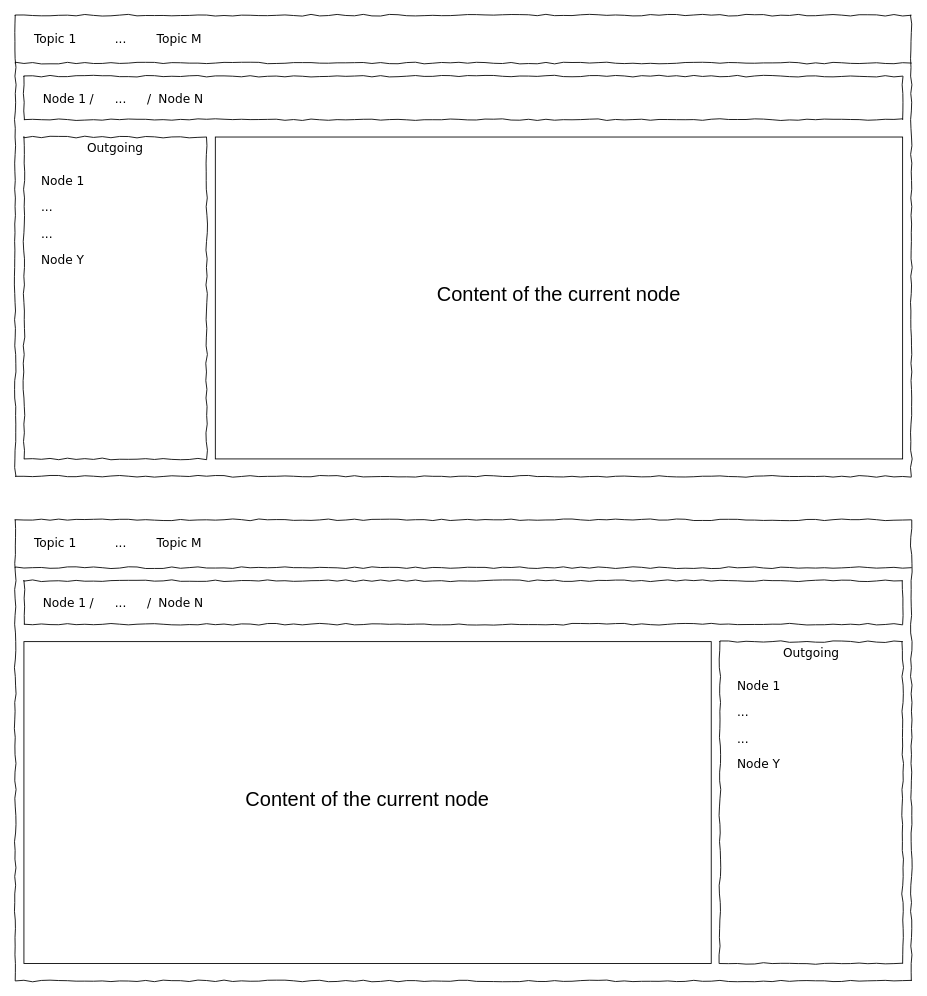
Earlier version of the draw.io diagram packages/app/dag-browser/doc/diagrams/graph-wf-full.drawio (AlexanderLapygin/dags). Source tidied: cells renumbered, new cells numbered last; positions are measured from the earlier drawing's top-left corner, leaving out a move shared by most shapes. Both pictures are drawn from the tidied source at 87%, with x=0, y=0 at pixel (15, 15).
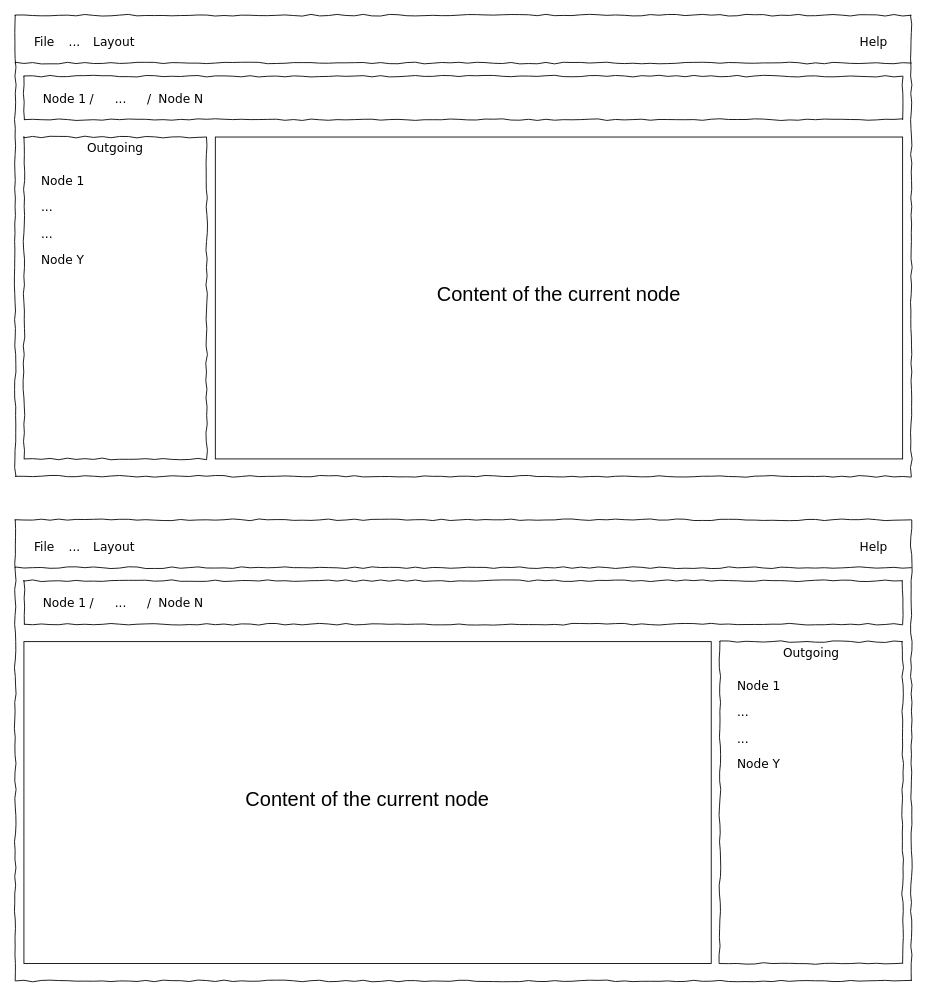
After the change.

Change to the diagram source:
```diff
@@
-    <mxCell id="3" value="Topic 1" style="text;html=1;align=left;verticalAlign=top;spacingTop=-4;fontSize=14;fontFamily=Verdana;" parent="1" vertex="1">
-      <mxGeometry x="20" y="16" width="60" height="20" as="geometry" />
-    </mxCell>
-    <mxCell id="4" value="..." style="text;html=1;align=center;verticalAlign=top;spacingTop=-4;fontSize=14;fontFamily=Verdana;" parent="1" vertex="1">
-      <mxGeometry x="91" y="16" width="60" height="20" as="geometry" />
-    </mxCell>
-    <mxCell id="5" value="Topic M" style="text;html=1;align=left;verticalAlign=top;spacingTop=-4;fontSize=14;fontFamily=Verdana;" parent="1" vertex="1">
-      <mxGeometry x="161" y="16" width="60" height="20" as="geometry" />
-    </mxCell>
@@
-    <mxCell id="21" value="Topic 1" style="text;html=1;align=left;verticalAlign=top;spacingTop=-4;fontSize=14;fontFamily=Verdana;" parent="1" vertex="1">
-      <mxGeometry x="20" y="596" width="60" height="20" as="geometry" />
-    </mxCell>
-    <mxCell id="22" value="..." style="text;html=1;align=center;verticalAlign=top;spacingTop=-4;fontSize=14;fontFamily=Verdana;" parent="1" vertex="1">
-      <mxGeometry x="91" y="596" width="60" height="20" as="geometry" />
-    </mxCell>
-    <mxCell id="23" value="Topic M" style="text;html=1;align=left;verticalAlign=top;spacingTop=-4;fontSize=14;fontFamily=Verdana;" parent="1" vertex="1">
-      <mxGeometry x="161" y="596" width="60" height="20" as="geometry" />
-    </mxCell>
@@
+    <mxCell id="40" style="group;" parent="1" vertex="1">
+      <mxGeometry x="20" y="600" width="186" height="20" as="geometry" />
+    </mxCell>
+    <mxCell id="41" value="File" style="text;html=1;align=left;verticalAlign=top;spacingTop=-4;fontSize=14;fontFamily=Verdana;" parent="40" vertex="1">
+      <mxGeometry width="30" height="20" as="geometry" />
+    </mxCell>
+    <mxCell id="42" value="..." style="text;html=1;align=center;verticalAlign=top;spacingTop=-4;fontSize=14;fontFamily=Verdana;" parent="40" vertex="1">
+      <mxGeometry x="34" width="28" height="20" as="geometry" />
+    </mxCell>
+    <mxCell id="43" value="Layout" style="text;html=1;align=left;verticalAlign=top;spacingTop=-4;fontSize=14;fontFamily=Verdana;" parent="40" vertex="1">
+      <mxGeometry x="68" width="60" height="20" as="geometry" />
+    </mxCell>
+    <mxCell id="44" style="group;" parent="1" vertex="1">
+      <mxGeometry x="20" y="20" width="186" height="20" as="geometry" />
+    </mxCell>
+    <mxCell id="45" value="File" style="text;html=1;align=left;verticalAlign=top;spacingTop=-4;fontSize=14;fontFamily=Verdana;" parent="44" vertex="1">
+      <mxGeometry width="30" height="20" as="geometry" />
+    </mxCell>
+    <mxCell id="46" value="..." style="text;html=1;align=center;verticalAlign=top;spacingTop=-4;fontSize=14;fontFamily=Verdana;" parent="44" vertex="1">
+      <mxGeometry x="34" width="28" height="20" as="geometry" />
+    </mxCell>
+    <mxCell id="47" value="Layout" style="text;html=1;align=left;verticalAlign=top;spacingTop=-4;fontSize=14;fontFamily=Verdana;" parent="44" vertex="1">
+      <mxGeometry x="68" width="60" height="20" as="geometry" />
+    </mxCell>
+    <mxCell id="48" value="Help" style="text;html=1;align=left;verticalAlign=top;spacingTop=-4;fontSize=14;fontFamily=Verdana;" parent="1" vertex="1">
+      <mxGeometry x="969" y="20" width="40" height="20" as="geometry" />
+    </mxCell>
+    <mxCell id="49" value="Help" style="text;html=1;align=left;verticalAlign=top;spacingTop=-4;fontSize=14;fontFamily=Verdana;" parent="1" vertex="1">
+      <mxGeometry x="969" y="600" width="40" height="20" as="geometry" />
+    </mxCell>
```
